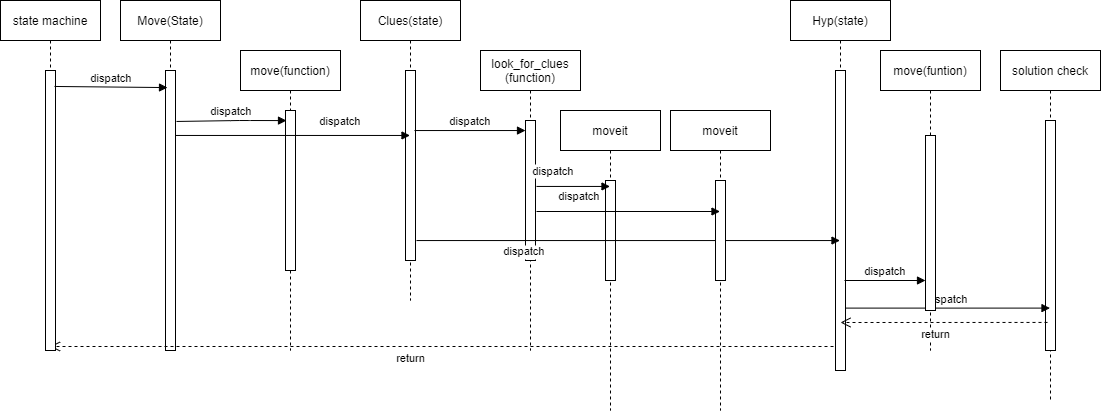
The draw.io diagram images/exp_rob1_seq.drawio.png in jacopociro/exp_rob_lab, before a commit. Source tidied: cells renumbered, new cells last; positions are measured from the earlier drawing's top-left corner, leaving out a move shared by most shapes.
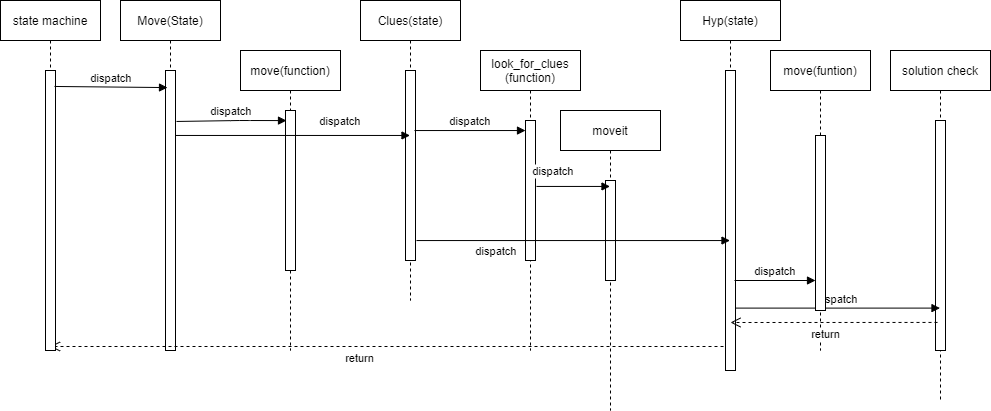
Above is the later version.

Diff of the diagram source:
```diff
@@ -43,7 +43,7 @@
       <mxGeometry x="45" y="70" width="10" height="100" as="geometry" />
     </mxCell>
     <mxCell id="14" value="Hyp(state)" style="shape=umlLifeline;perimeter=lifelinePerimeter;rounded=0;shadow=0;strokeWidth=1;" parent="1" vertex="1">
-      <mxGeometry x="790" width="100" height="370" as="geometry" />
+      <mxGeometry x="680" width="100" height="370" as="geometry" />
     </mxCell>
     <mxCell id="15" style="points=[];perimeter=orthogonalPerimeter;rounded=0;shadow=0;strokeWidth=1;" parent="14" vertex="1">
       <mxGeometry x="45" y="70" width="10" height="300" as="geometry" />
@@ -55,7 +55,7 @@
       <mxGeometry x="-0.53" y="6" relative="1" as="geometry" />
     </mxCell>
     <mxCell id="18" value="solution check" style="shape=umlLifeline;perimeter=lifelinePerimeter;rounded=0;shadow=0;strokeWidth=1;" parent="1" vertex="1">
-      <mxGeometry x="1000" y="50" width="100" height="350" as="geometry" />
+      <mxGeometry x="890" y="50" width="100" height="350" as="geometry" />
     </mxCell>
     <mxCell id="19" style="points=[];perimeter=orthogonalPerimeter;rounded=0;shadow=0;strokeWidth=1;" parent="18" vertex="1">
       <mxGeometry x="45" y="70" width="10" height="230" as="geometry" />
@@ -67,7 +67,7 @@
       <mxGeometry x="0.08" y="21" relative="1" as="geometry" />
     </mxCell>
     <mxCell id="22" value="move(funtion)" style="shape=umlLifeline;perimeter=lifelinePerimeter;rounded=0;shadow=0;strokeWidth=1;" parent="1" vertex="1">
-      <mxGeometry x="880" y="50" width="100" height="300" as="geometry" />
+      <mxGeometry x="770" y="50" width="100" height="300" as="geometry" />
     </mxCell>
     <mxCell id="23" style="points=[];perimeter=orthogonalPerimeter;rounded=0;shadow=0;strokeWidth=1;" parent="22" vertex="1">
       <mxGeometry x="45" y="85" width="10" height="175" as="geometry" />
@@ -75,21 +75,12 @@
     <mxCell id="24" value="dispatch" style="verticalAlign=bottom;endArrow=block;shadow=0;strokeWidth=1;exitX=1;exitY=0.232;exitDx=0;exitDy=0;exitPerimeter=0;" parent="1" edge="1" source="3" target="7">
       <mxGeometry x="0.41" y="5" relative="1" as="geometry" />
     </mxCell>
-    <mxCell id="25" value="moveit" style="shape=umlLifeline;perimeter=lifelinePerimeter;rounded=0;shadow=0;strokeWidth=1;" parent="1" vertex="1">
-      <mxGeometry x="670" y="110" width="100" height="300" as="geometry" />
-    </mxCell>
-    <mxCell id="26" style="perimeter=orthogonalPerimeter;rounded=0;shadow=0;strokeWidth=1;" parent="25" vertex="1">
-      <mxGeometry x="45" y="70" width="10" height="100" as="geometry" />
-    </mxCell>
-    <mxCell id="27" value="dispatch" style="verticalAlign=bottom;endArrow=block;shadow=0;strokeWidth=1;exitX=1.1;exitY=0.65;exitDx=0;exitDy=0;exitPerimeter=0;" parent="1" edge="1" source="11" target="25">
-      <mxGeometry x="-0.53" y="6" relative="1" as="geometry" />
-    </mxCell>
     <mxCell id="28" value="dispatch" style="verticalAlign=bottom;endArrow=block;shadow=0;strokeWidth=1;exitX=0.9;exitY=0.7;exitDx=0;exitDy=0;exitPerimeter=0;" parent="1" edge="1" source="15" target="23">
       <mxGeometry relative="1" as="geometry" />
     </mxCell>
     <mxCell id="29" value="return" style="html=1;verticalAlign=bottom;endArrow=open;dashed=1;endSize=8;rounded=0;exitX=0.2;exitY=0.878;exitDx=0;exitDy=0;exitPerimeter=0;" parent="1" edge="1" source="19">
       <mxGeometry x="0.08" y="21" relative="1" as="geometry">
-        <mxPoint x="840" y="322" as="targetPoint" />
+        <mxPoint x="730" y="322" as="targetPoint" />
       </mxGeometry>
     </mxCell>
     <mxCell id="30" value="state machine" style="shape=umlLifeline;perimeter=lifelinePerimeter;rounded=0;shadow=0;strokeWidth=1;" parent="1" vertex="1">
```
